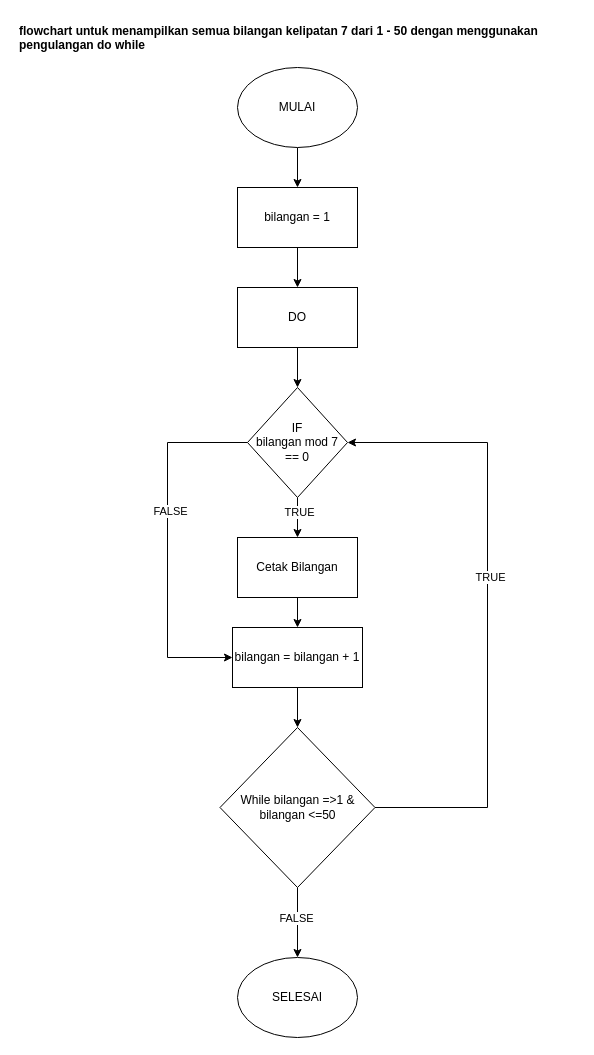
This is page "TUGAS 2" (3 of 5) of week-1/tugas-algoritma.drawio from mufa2906/fazztrack-bca, a draw.io file, before an edit. Source tidied: cells renumbered, new cells numbered last; positions are measured from the earlier drawing's top-left corner, leaving out a move shared by most shapes. Both pictures are drawn from the tidied source at 100%, with x=0, y=0 at pixel (17, 17).
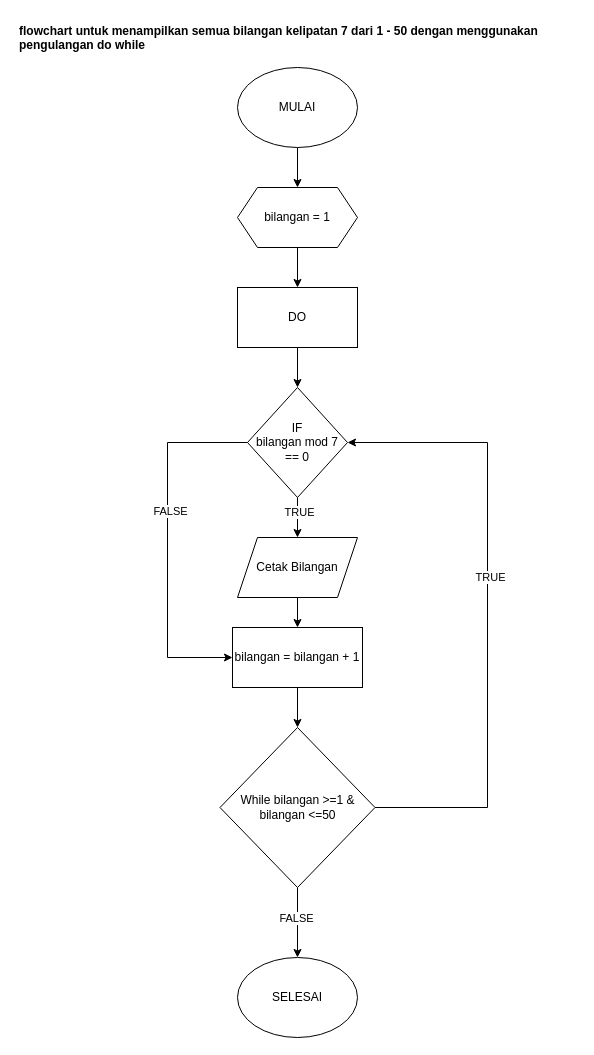
The same page after the edit.

Change to the diagram source:
```diff
@@
-    <mxCell id="6" value="bilangan = 1" style="rounded=0;whiteSpace=wrap;html=1;" parent="1" vertex="1">
+    <mxCell id="6" value="bilangan = 1" style="shape=hexagon;perimeter=hexagonPerimeter2;whiteSpace=wrap;html=1;fixedSize=1;" parent="1" vertex="1">
       <mxGeometry x="220" y="170" width="120" height="60" as="geometry" />
     </mxCell>
@@
-    <mxCell id="15" value="Cetak Bilangan" style="rounded=0;whiteSpace=wrap;html=1;" parent="1" vertex="1">
+    <mxCell id="15" value="Cetak Bilangan" style="shape=parallelogram;perimeter=parallelogramPerimeter;whiteSpace=wrap;html=1;fixedSize=1;" parent="1" vertex="1">
       <mxGeometry x="220" y="520" width="120" height="60" as="geometry" />
     </mxCell>
@@
-    <mxCell id="20" value="While bilangan =&amp;gt;1 &amp;amp; bilangan &amp;lt;=50" style="rhombus;whiteSpace=wrap;html=1;" parent="1" vertex="1">
+    <mxCell id="20" value="While bilangan &amp;gt;=1 &amp;amp; bilangan &amp;lt;=50" style="rhombus;whiteSpace=wrap;html=1;" parent="1" vertex="1">
       <mxGeometry x="202.5" y="710" width="155" height="160" as="geometry" />
     </mxCell>
```
